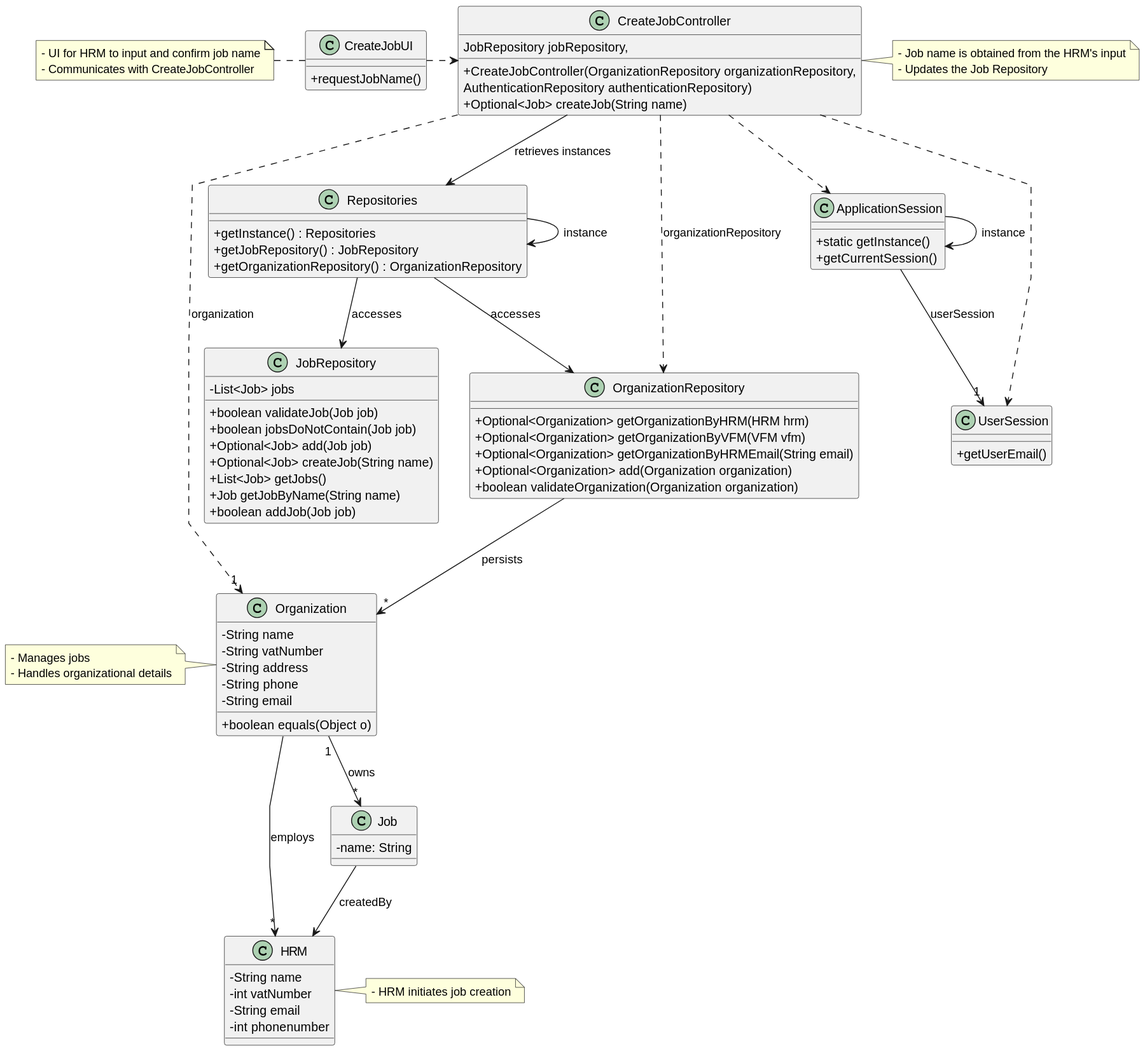
Above: docs/sprint3/us002/03.design/svg/us002-class-diagram.svg in tiagosoa/lei-24-s2-1dgh-g073 (PlantUML), before the change.
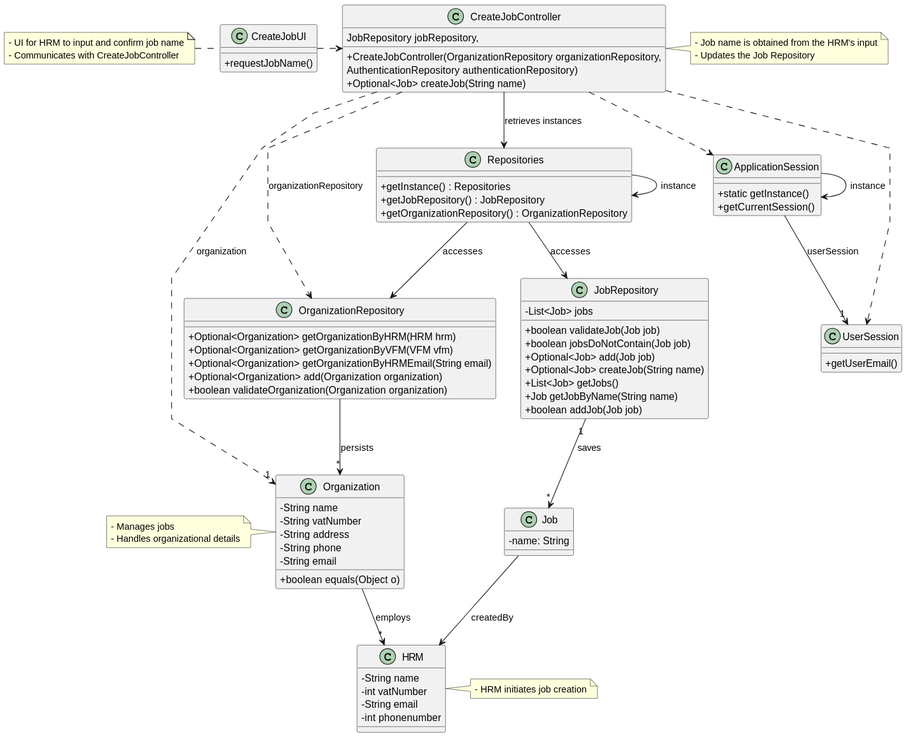
Above is the later version.

The edit, as a diff of the source:
```diff
@@ -110,7 +110,7 @@
 CreateJobController ..> "1" Organization : organization
 CreateJobController ..> ApplicationSession
 CreateJobController ..> UserSession
-Organization "1" --> "*" Job : owns
+JobRepository "1" --> "*" Job : saves
 Job --> HRM : createdBy
 
 Organization --> "*" HRM : employs
```
